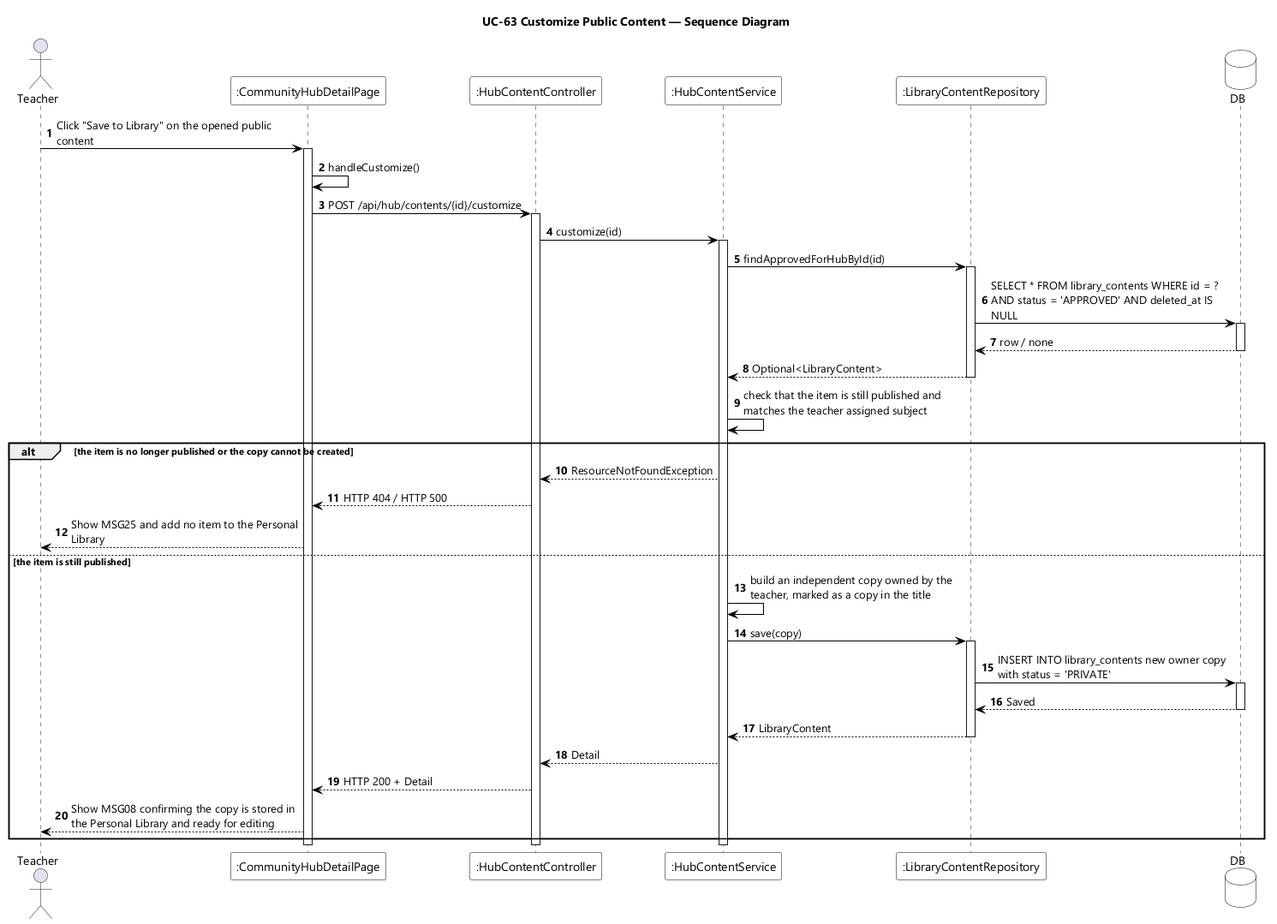
Above: designs/sds-diagrams/uc63/uc63-sequence-diagram.png in EduA-system/EduA-system (PlantUML), before the change. Source of this version:
```plantuml
@startuml UC-63 Customize Public Content - Sequence Diagram
skinparamlocked dpi 96
skinparam defaultFontName "Segoe UI"
skinparam shadowing false
skinparam ParticipantBackgroundColor #FFFFFF
skinparam ParticipantBorderColor #000000
skinparam DatabaseBackgroundColor #FFFFFF
skinparam DatabaseBorderColor #000000
skinparam ArrowColor #000000
skinparam sequenceMessageAlign left
skinparam maxMessageSize 280
title UC-63 Customize Public Content — Sequence Diagram

actor Teacher
participant ":CommunityHubDetailPage" as UI
participant ":HubContentController" as CTL
participant ":HubContentService" as SVC
participant ":LibraryContentRepository" as CONTENTS
database DB

autonumber
Teacher -> UI : Click "Save to Library" on the opened public content
activate UI
UI -> UI : handleCustomize()
UI -> CTL : POST /api/hub/contents/{id}/customize
activate CTL
CTL -> SVC : customize(id)
activate SVC
SVC -> CONTENTS : findApprovedForHubById(id)
activate CONTENTS
CONTENTS -> DB : SELECT * FROM library_contents WHERE id = ? AND status = 'APPROVED' AND deleted_at IS NULL
activate DB
DB --> CONTENTS : row / none
deactivate DB
CONTENTS --> SVC : Optional<LibraryContent>
deactivate CONTENTS
SVC -> SVC : check that the item is still published and matches the teacher assigned subject

alt the item is no longer published or the copy cannot be created
  SVC --> CTL : ResourceNotFoundException
  CTL --> UI : HTTP 404 / HTTP 500
  UI --> Teacher : Show MSG25 and add no item to the Personal Library
else the item is still published
  SVC -> SVC : build an independent copy owned by the teacher, marked as a copy in the title
  SVC -> CONTENTS : save(copy)
  activate CONTENTS
  CONTENTS -> DB : INSERT INTO library_contents new owner copy with status = 'PRIVATE'
  activate DB
  DB --> CONTENTS : Saved
  deactivate DB
  CONTENTS --> SVC : LibraryContent
  deactivate CONTENTS
  SVC --> CTL : Detail
  CTL --> UI : HTTP 200 + Detail
  UI --> Teacher : Show MSG08 confirming the copy is stored in the Personal Library and ready for editing
end
deactivate SVC
deactivate CTL
deactivate UI
@enduml
```
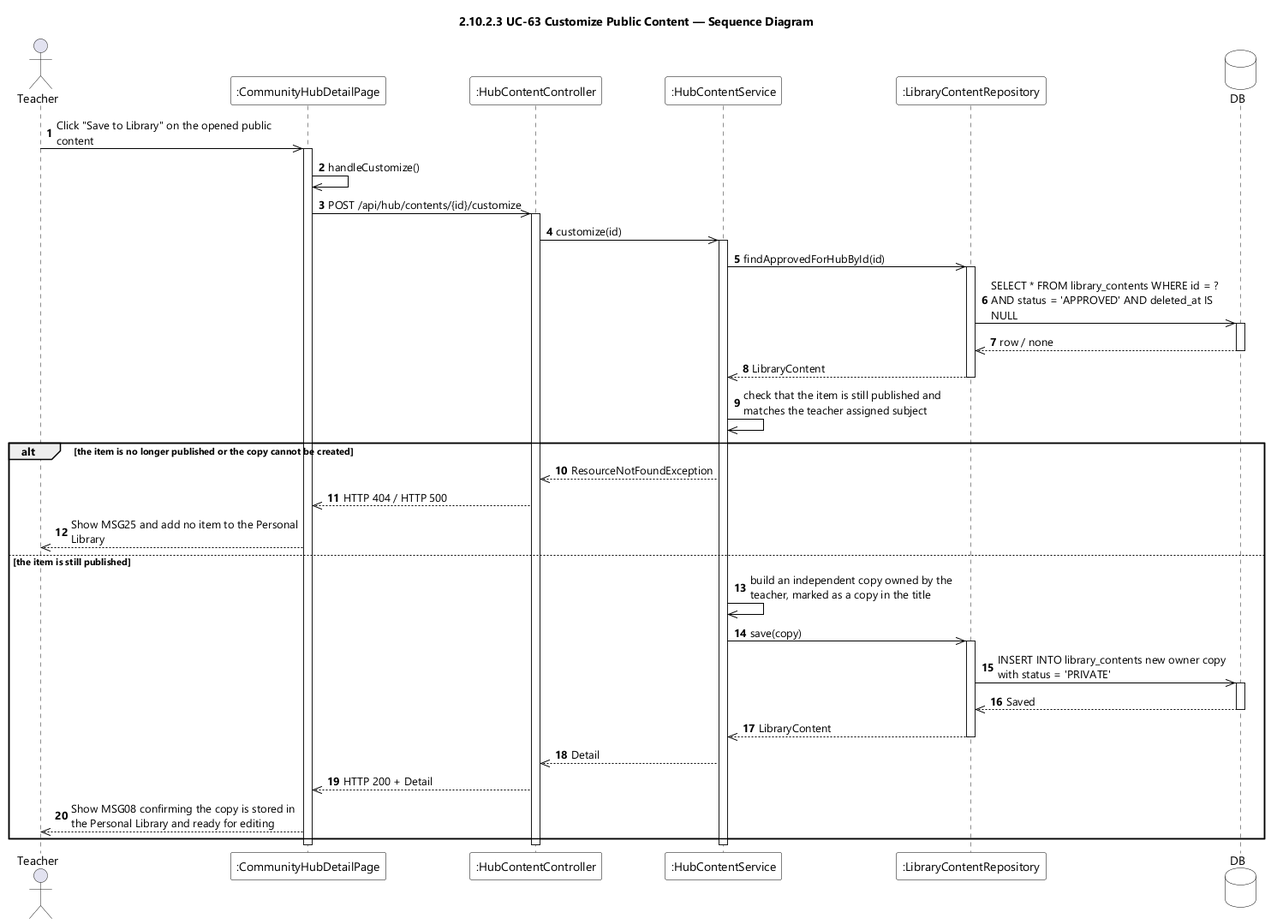
After the commit.

The edit, as a diff of the source:
```diff
@@ -9,7 +9,7 @@
 skinparam ArrowColor #000000
 skinparam sequenceMessageAlign left
 skinparam maxMessageSize 280
-title UC-63 Customize Public Content — Sequence Diagram
+title 2.10.2.3 UC-63 Customize Public Content — Sequence Diagram
 
 actor Teacher
 participant ":CommunityHubDetailPage" as UI
@@ -19,40 +19,40 @@
 database DB
 
 autonumber
-Teacher -> UI : Click "Save to Library" on the opened public content
+Teacher ->> UI : Click "Save to Library" on the opened public content
 activate UI
-UI -> UI : handleCustomize()
-UI -> CTL : POST /api/hub/contents/{id}/customize
+UI ->> UI : handleCustomize()
+UI ->> CTL : POST /api/hub/contents/{id}/customize
 activate CTL
-CTL -> SVC : customize(id)
+CTL ->> SVC : customize(id)
 activate SVC
-SVC -> CONTENTS : findApprovedForHubById(id)
+SVC ->> CONTENTS : findApprovedForHubById(id)
 activate CONTENTS
-CONTENTS -> DB : SELECT * FROM library_contents WHERE id = ? AND status = 'APPROVED' AND deleted_at IS NULL
+CONTENTS ->> DB : SELECT * FROM library_contents WHERE id = ? AND status = 'APPROVED' AND deleted_at IS NULL
 activate DB
-DB --> CONTENTS : row / none
+DB -->> CONTENTS : row / none
 deactivate DB
-CONTENTS --> SVC : Optional<LibraryContent>
+CONTENTS -->> SVC : LibraryContent
 deactivate CONTENTS
-SVC -> SVC : check that the item is still published and matches the teacher assigned subject
+SVC ->> SVC : check that the item is still published and matches the teacher assigned subject
 
 alt the item is no longer published or the copy cannot be created
-  SVC --> CTL : ResourceNotFoundException
-  CTL --> UI : HTTP 404 / HTTP 500
-  UI --> Teacher : Show MSG25 and add no item to the Personal Library
+  SVC -->> CTL : ResourceNotFoundException
+  CTL -->> UI : HTTP 404 / HTTP 500
+  UI -->> Teacher : Show MSG25 and add no item to the Personal Library
 else the item is still published
-  SVC -> SVC : build an independent copy owned by the teacher, marked as a copy in the title
-  SVC -> CONTENTS : save(copy)
+  SVC ->> SVC : build an independent copy owned by the teacher, marked as a copy in the title
+  SVC ->> CONTENTS : save(copy)
   activate CONTENTS
-  CONTENTS -> DB : INSERT INTO library_contents new owner copy with status = 'PRIVATE'
+  CONTENTS ->> DB : INSERT INTO library_contents new owner copy with status = 'PRIVATE'
   activate DB
-  DB --> CONTENTS : Saved
+  DB -->> CONTENTS : Saved
   deactivate DB
-  CONTENTS --> SVC : LibraryContent
+  CONTENTS -->> SVC : LibraryContent
   deactivate CONTENTS
-  SVC --> CTL : Detail
-  CTL --> UI : HTTP 200 + Detail
-  UI --> Teacher : Show MSG08 confirming the copy is stored in the Personal Library and ready for editing
+  SVC -->> CTL : Detail
+  CTL -->> UI : HTTP 200 + Detail
+  UI -->> Teacher : Show MSG08 confirming the copy is stored in the Personal Library and ready for editing
 end
 deactivate SVC
 deactivate CTL
```
